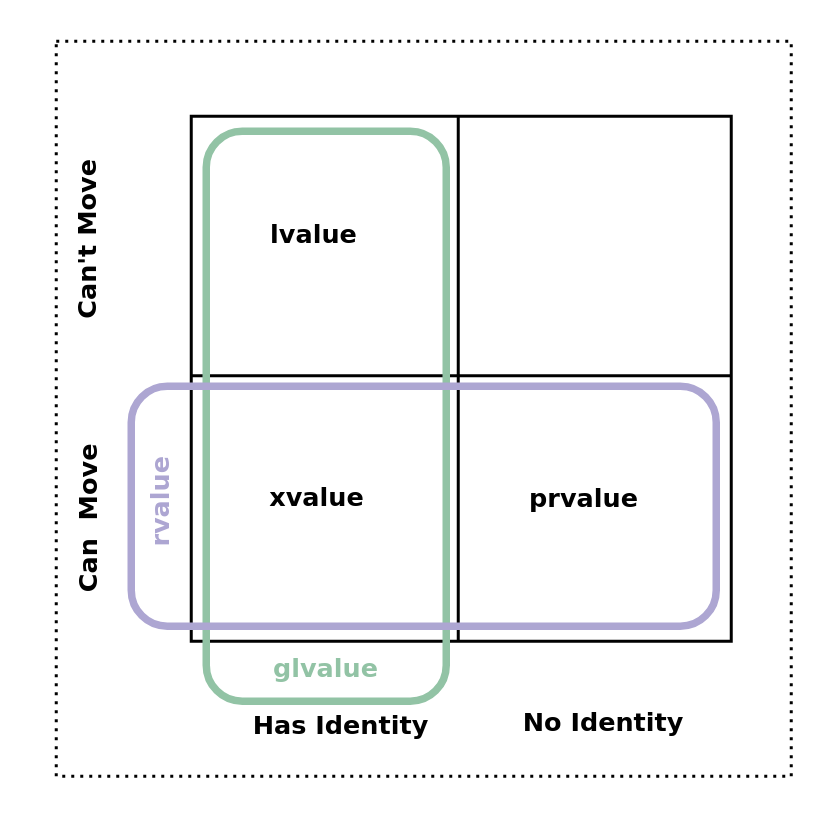
Earlier version of the draw.io diagram draw-io/value-categories-tabular-view.drawio (kkruecke/cplus-documentation). Source tidied: cells renumbered, new cells numbered last; positions are measured from the earlier drawing's top-left corner, leaving out a move shared by most shapes. Both pictures are drawn from the tidied source at 150%, with x=0, y=0 at pixel (-14, 40).
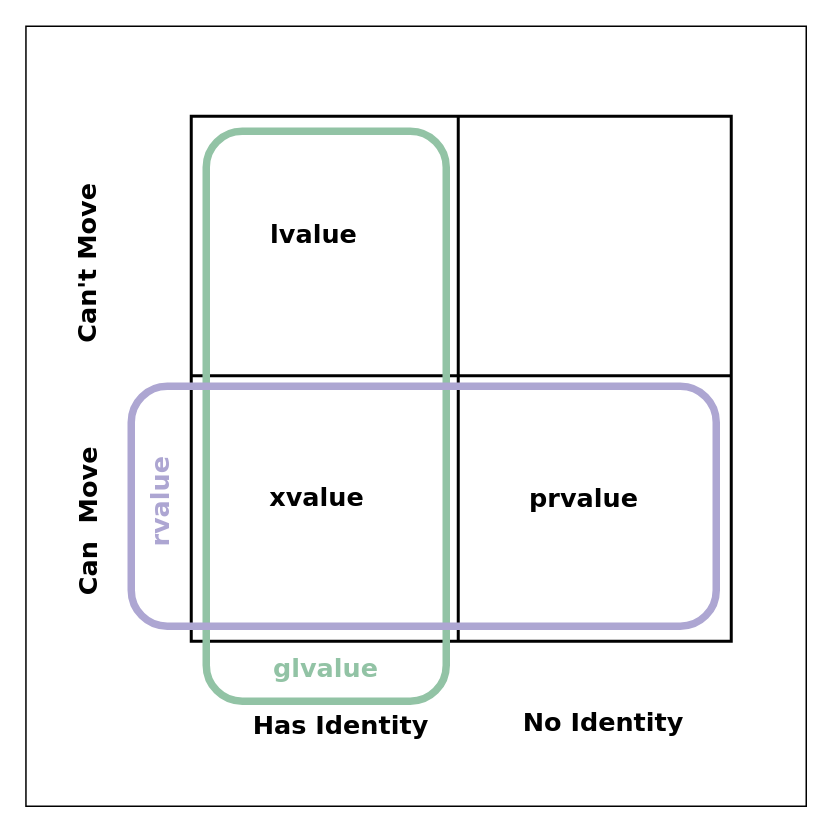
Above is the later version.

What changed in the source:
```diff
@@
 <mxGraphModel>
   <root>
     <mxCell id="0" />
     <mxCell id="1" parent="0" />
     <mxCell id="2" style="shape=internalStorage;whiteSpace=wrap;html=1;backgroundOutline=1;dx=178;dy=173;strokeWidth=2;" parent="1" vertex="1">
       <mxGeometry x="136" y="50" width="360" height="350" as="geometry" />
     </mxCell>
     <mxCell id="3" value="&lt;div style=&quot;font-size: 17px;&quot;&gt;Can&amp;nbsp; Move&lt;/div&gt;&lt;div style=&quot;font-size: 17px;&quot;&gt;&lt;br style=&quot;font-size: 17px;&quot;&gt;&lt;/div&gt;" style="text;html=1;strokeColor=none;fillColor=none;align=center;verticalAlign=middle;whiteSpace=wrap;rounded=0;rotation=270;fontSize=17;fontFamily=Verdana;fontStyle=1;" parent="1" vertex="1">
-      <mxGeometry x="10.8" y="292.2" width="135" height="52.5" as="geometry" />
+      <mxGeometry x="10.8" y="294.2" width="135" height="52.5" as="geometry" />
     </mxCell>
     <mxCell id="4" value="&lt;div&gt;Can't Move&lt;/div&gt;" style="text;html=1;strokeColor=none;fillColor=none;align=center;verticalAlign=middle;whiteSpace=wrap;rounded=0;rotation=270;fontSize=17;fontFamily=Verdana;fontStyle=1;" parent="1" vertex="1">
-      <mxGeometry x="-0.2" y="106.2" width="135" height="52.5" as="geometry" />
+      <mxGeometry x="-0.2" y="122.2" width="135" height="52.5" as="geometry" />
     </mxCell>
     <mxCell id="5" value="No Identity" style="text;html=1;strokeColor=none;fillColor=none;align=center;verticalAlign=middle;whiteSpace=wrap;rounded=0;fontFamily=Verdana;fontSize=17;fontStyle=1;" parent="1" vertex="1">
       <mxGeometry x="346" y="444" width="130" height="20" as="geometry" />
     </mxCell>
     <mxCell id="6" value="Has Identity" style="text;html=1;strokeColor=none;fillColor=none;align=center;verticalAlign=middle;whiteSpace=wrap;rounded=0;fontFamily=Verdana;fontSize=17;fontStyle=1;" parent="1" vertex="1">
       <mxGeometry x="171" y="446" width="130" height="20" as="geometry" />
     </mxCell>
     <mxCell id="7" value="lvalue" style="text;html=1;strokeColor=none;fillColor=none;align=center;verticalAlign=middle;whiteSpace=wrap;rounded=0;fontFamily=Verdana;fontSize=17;fontStyle=1;" parent="1" vertex="1">
       <mxGeometry x="188" y="119.2" width="60" height="20" as="geometry" />
     </mxCell>
     <mxCell id="8" value="xvalue" style="text;html=1;strokeColor=none;fillColor=none;align=center;verticalAlign=middle;whiteSpace=wrap;rounded=0;fontFamily=Verdana;fontSize=17;fontStyle=1;" parent="1" vertex="1">
       <mxGeometry x="190" y="294.2" width="60" height="20" as="geometry" />
     </mxCell>
     <mxCell id="9" value="prvalue" style="text;html=1;strokeColor=none;fillColor=none;align=center;verticalAlign=middle;whiteSpace=wrap;rounded=0;fontFamily=Verdana;fontSize=17;fontStyle=1;" parent="1" vertex="1">
       <mxGeometry x="368" y="295.2" width="60" height="20" as="geometry" />
     </mxCell>
     <mxCell id="10" style="rounded=1;whiteSpace=wrap;html=1;fontFamily=Verdana;fontSize=17;fillColor=none;strokeColor=#92c3a5;strokeWidth=5;" parent="1" vertex="1">
       <mxGeometry x="146" y="60" width="160" height="380" as="geometry" />
     </mxCell>
     <mxCell id="11" style="rounded=1;whiteSpace=wrap;html=1;strokeColor=#ada6d2;strokeWidth=5;fillColor=none;fontFamily=Verdana;fontSize=17;" parent="1" vertex="1">
       <mxGeometry x="96" y="230" width="390" height="160" as="geometry" />
     </mxCell>
     <mxCell id="12" value="glvalue" style="text;html=1;align=center;verticalAlign=middle;whiteSpace=wrap;rounded=0;fontFamily=Verdana;fontSize=17;fillColor=none;strokeWidth=3;fontStyle=1;fontColor=#92c3a5;" parent="1" vertex="1">
       <mxGeometry x="186" y="403" width="80" height="30" as="geometry" />
     </mxCell>
     <mxCell id="13" value="rvalue" style="text;html=1;strokeColor=none;fillColor=none;align=center;verticalAlign=middle;whiteSpace=wrap;rounded=0;fontFamily=Verdana;fontSize=17;fontColor=#ada6d2;fontStyle=1;rotation=270;" parent="1" vertex="1">
       <mxGeometry x="76" y="297.2" width="80" height="20" as="geometry" />
     </mxCell>
-    <mxCell id="14" style="whiteSpace=wrap;html=1;rounded=0;dashed=1;dashPattern=1 2;strokeColor=#000000;strokeWidth=2;fillColor=none;fontFamily=Verdana;fontSize=17;fontColor=#000000;" parent="1" vertex="1">
-      <mxGeometry x="46" width="490" height="490" as="geometry" />
-    </mxCell>
+    <mxCell id="15" style="rounded=0;whiteSpace=wrap;html=1;fillColor=none;" parent="1" vertex="1">
+      <mxGeometry x="25.8" y="-10" width="520.2" height="520" as="geometry" />
+    </mxCell>
   </root>
 </mxGraphModel>
```
